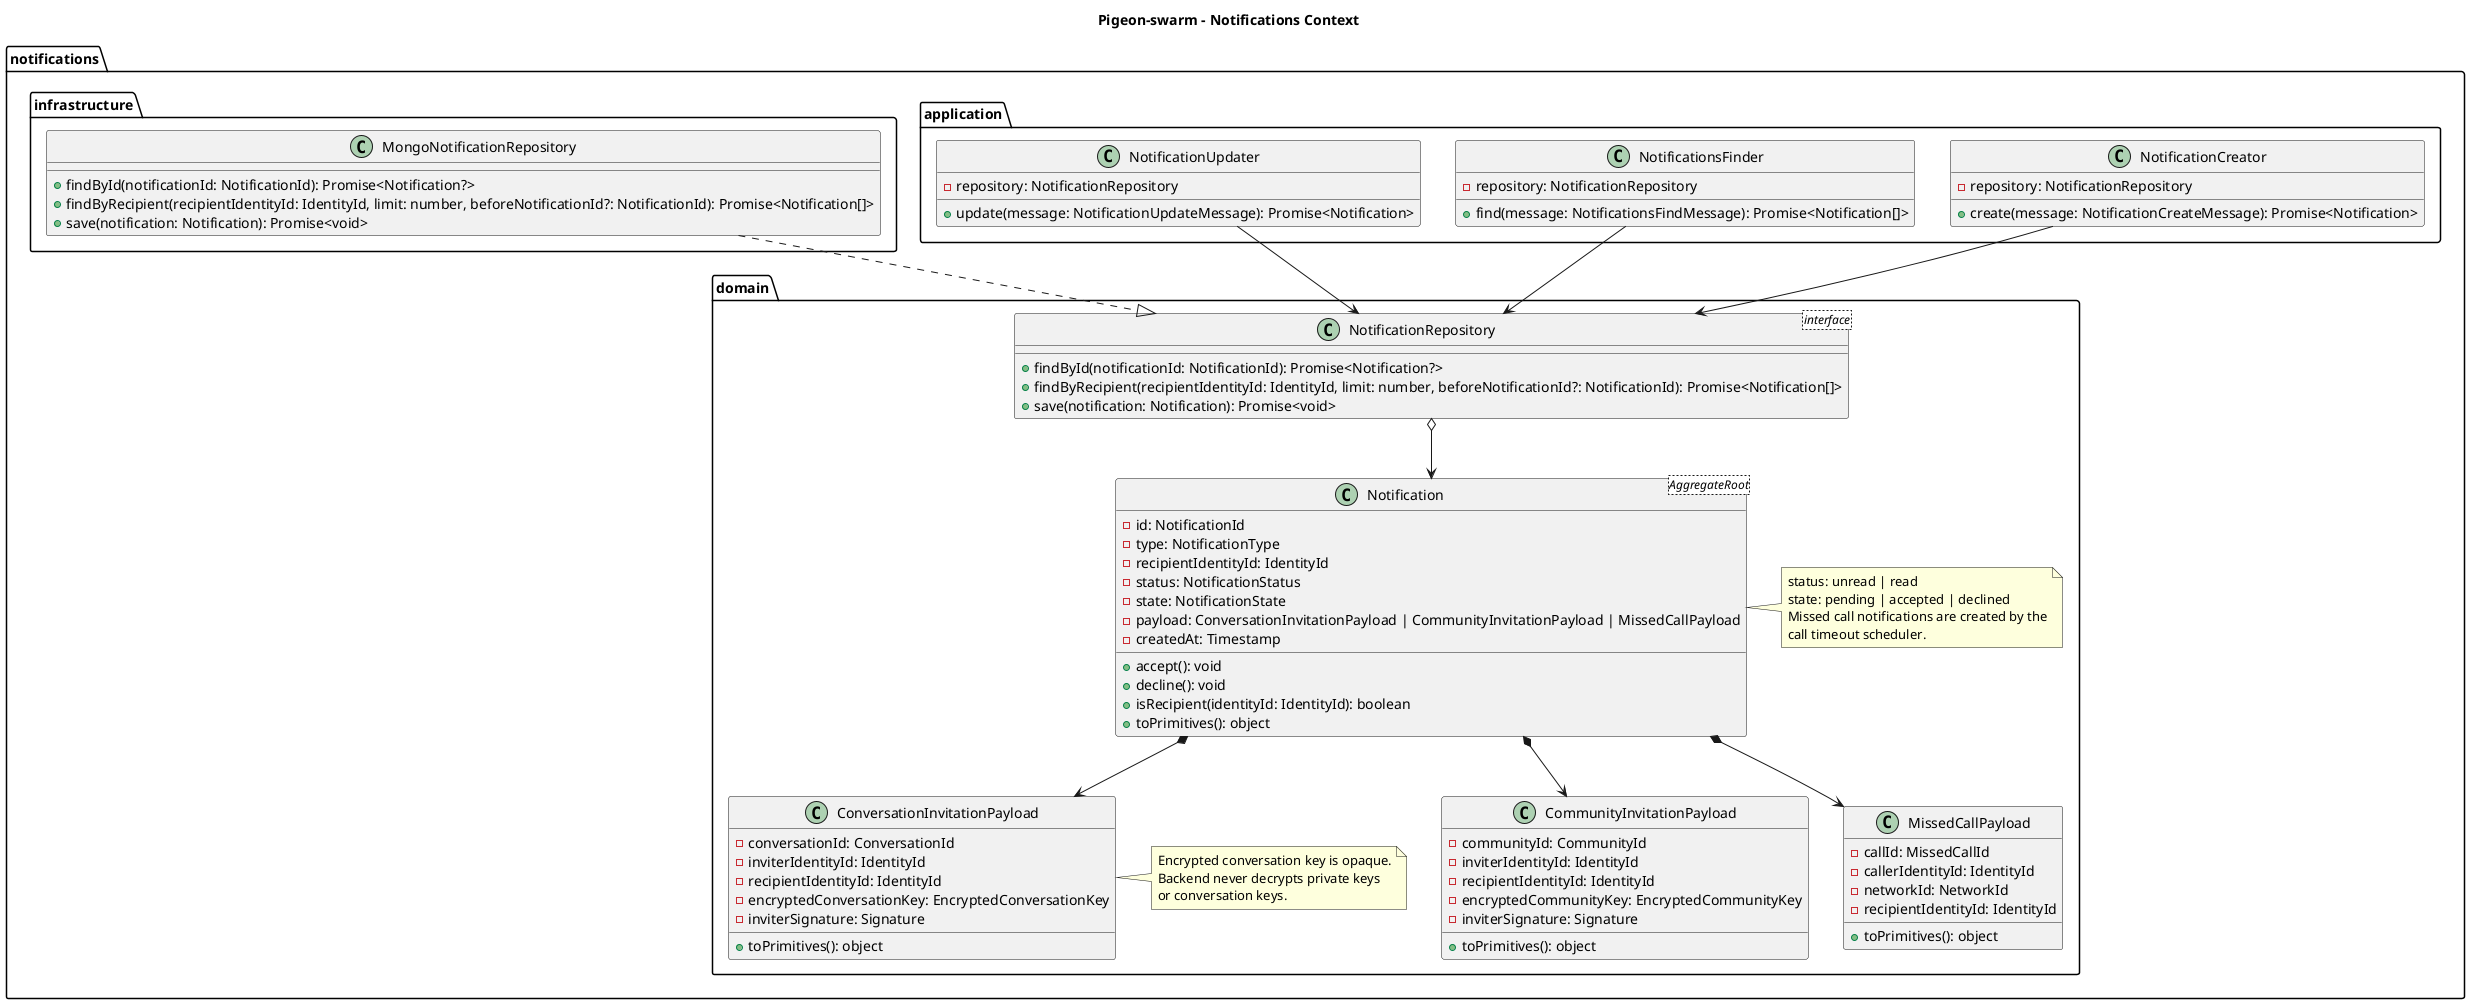
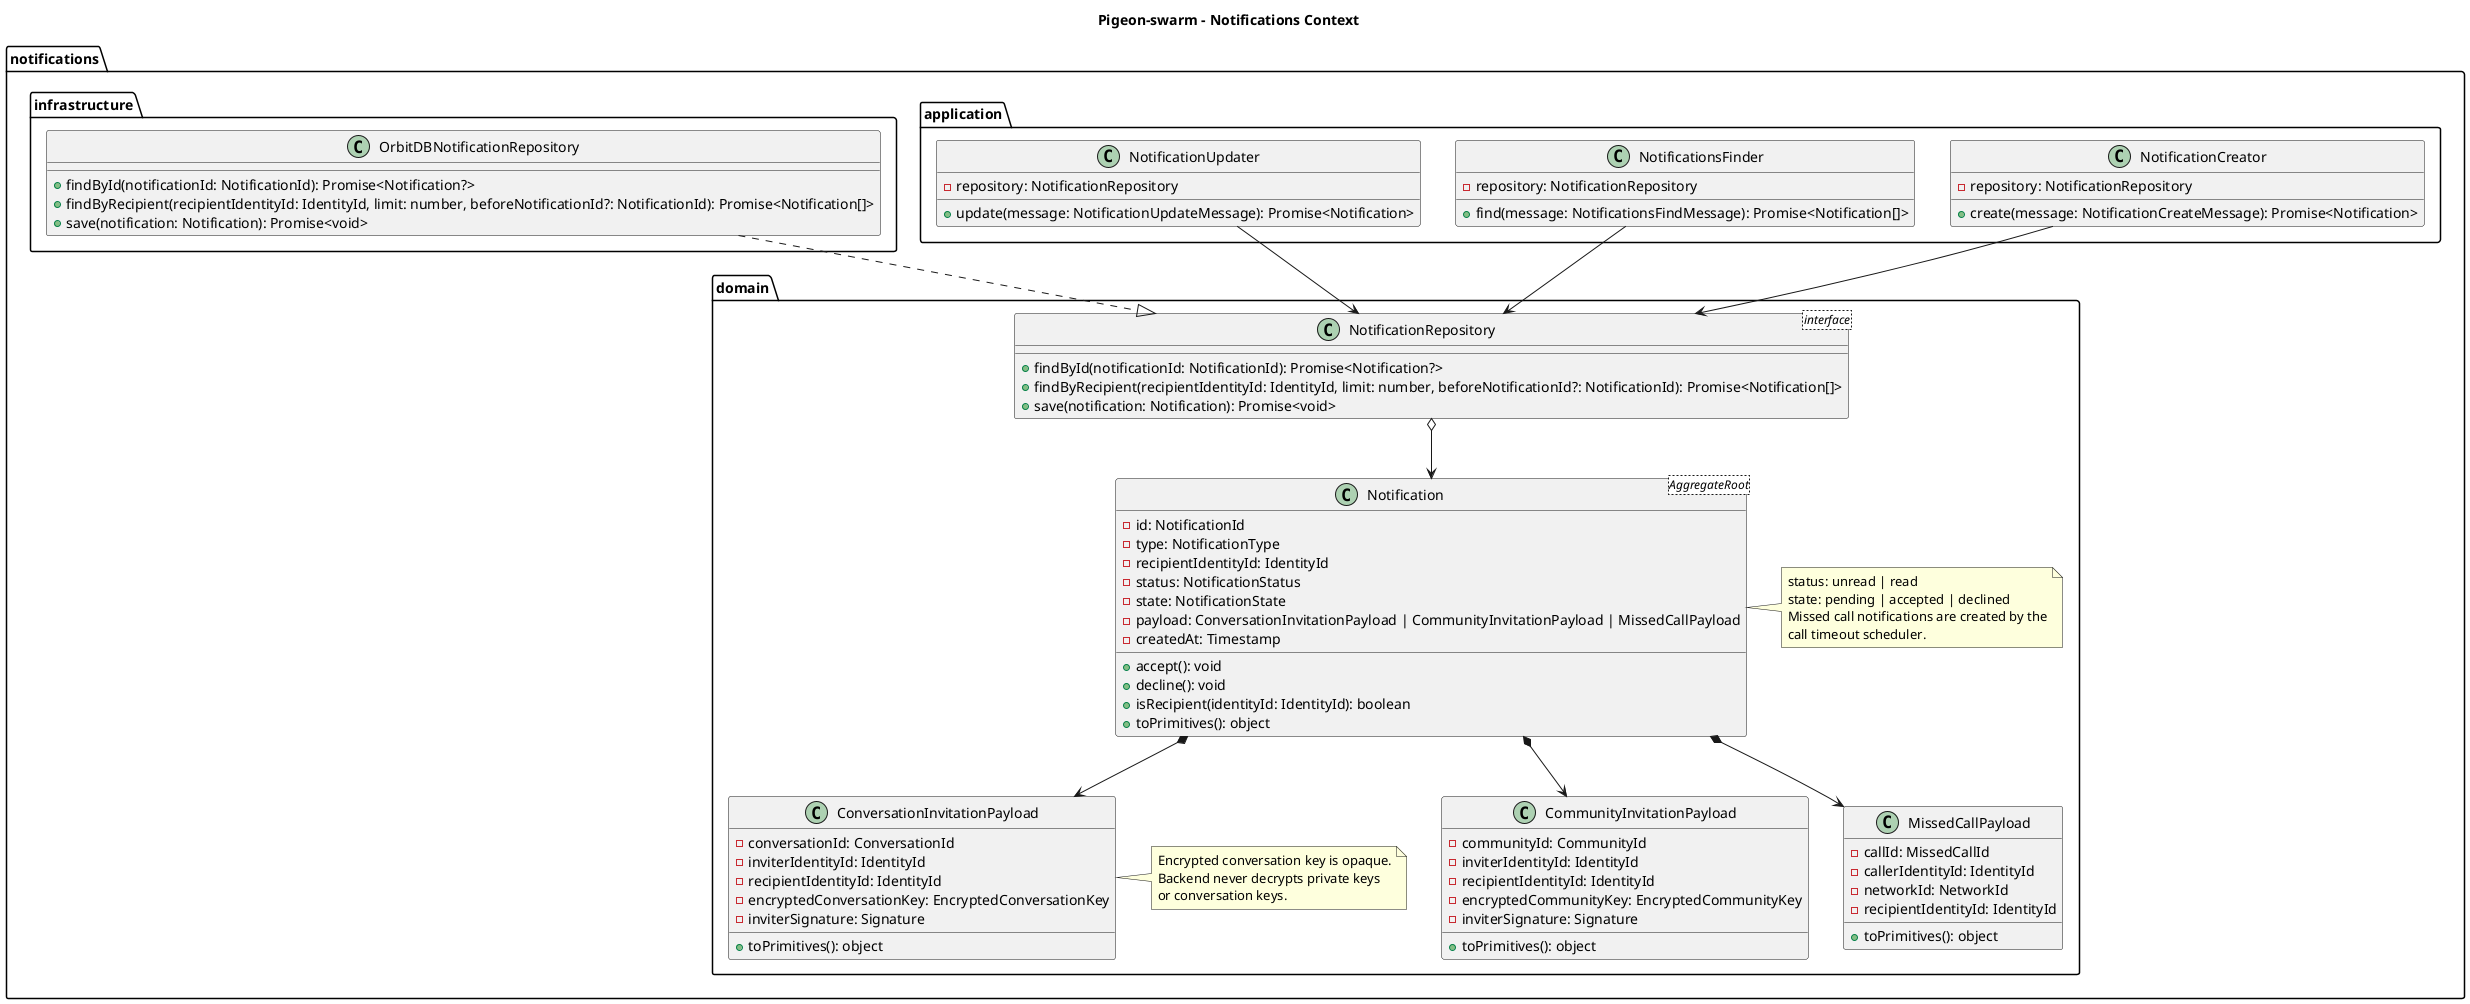
@startuml

title Pigeon-swarm - Notifications Context

package "notifications" {
  package "domain" {
    class Notification <AggregateRoot> {
      -id: NotificationId
      -type: NotificationType
      -recipientIdentityId: IdentityId
      -status: NotificationStatus
      -state: NotificationState
      -payload: ConversationInvitationPayload | CommunityInvitationPayload | MissedCallPayload
      -createdAt: Timestamp
      +accept(): void
      +decline(): void
      +isRecipient(identityId: IdentityId): boolean
      +toPrimitives(): object
    }

    note right of Notification
      status: unread | read
      state: pending | accepted | declined
      Missed call notifications are created by the
      call timeout scheduler.
    end note

    class ConversationInvitationPayload {
      -conversationId: ConversationId
      -inviterIdentityId: IdentityId
      -recipientIdentityId: IdentityId
      -encryptedConversationKey: EncryptedConversationKey
      -inviterSignature: Signature
      +toPrimitives(): object
    }

    class CommunityInvitationPayload {
      -communityId: CommunityId
      -inviterIdentityId: IdentityId
      -recipientIdentityId: IdentityId
      -encryptedCommunityKey: EncryptedCommunityKey
      -inviterSignature: Signature
      +toPrimitives(): object
    }

    class MissedCallPayload {
      -callId: MissedCallId
      -callerIdentityId: IdentityId
      -networkId: NetworkId
      -recipientIdentityId: IdentityId
      +toPrimitives(): object
    }

    note right of ConversationInvitationPayload
      Encrypted conversation key is opaque.
      Backend never decrypts private keys
      or conversation keys.
    end note

    class NotificationRepository <interface> {
      +findById(notificationId: NotificationId): Promise<Notification?>
      +findByRecipient(recipientIdentityId: IdentityId, limit: number, beforeNotificationId?: NotificationId): Promise<Notification[]>
      +save(notification: Notification): Promise<void>
    }

    Notification *--> ConversationInvitationPayload
    Notification *--> CommunityInvitationPayload
    Notification *--> MissedCallPayload
    NotificationRepository o--> Notification
  }

  package "application" {
    class NotificationCreator {
      -repository: NotificationRepository
      +create(message: NotificationCreateMessage): Promise<Notification>
    }

    class NotificationsFinder {
      -repository: NotificationRepository
      +find(message: NotificationsFindMessage): Promise<Notification[]>
    }

    class NotificationUpdater {
      -repository: NotificationRepository
      +update(message: NotificationUpdateMessage): Promise<Notification>
    }

    NotificationCreator --> NotificationRepository
    NotificationsFinder --> NotificationRepository
    NotificationUpdater --> NotificationRepository
  }

  package "infrastructure" {
-     class MongoNotificationRepository {
+     class OrbitDBNotificationRepository {
      +findById(notificationId: NotificationId): Promise<Notification?>
      +findByRecipient(recipientIdentityId: IdentityId, limit: number, beforeNotificationId?: NotificationId): Promise<Notification[]>
      +save(notification: Notification): Promise<void>
    }

-     MongoNotificationRepository ..|> NotificationRepository
+     OrbitDBNotificationRepository ..|> NotificationRepository
  }
}

@enduml
